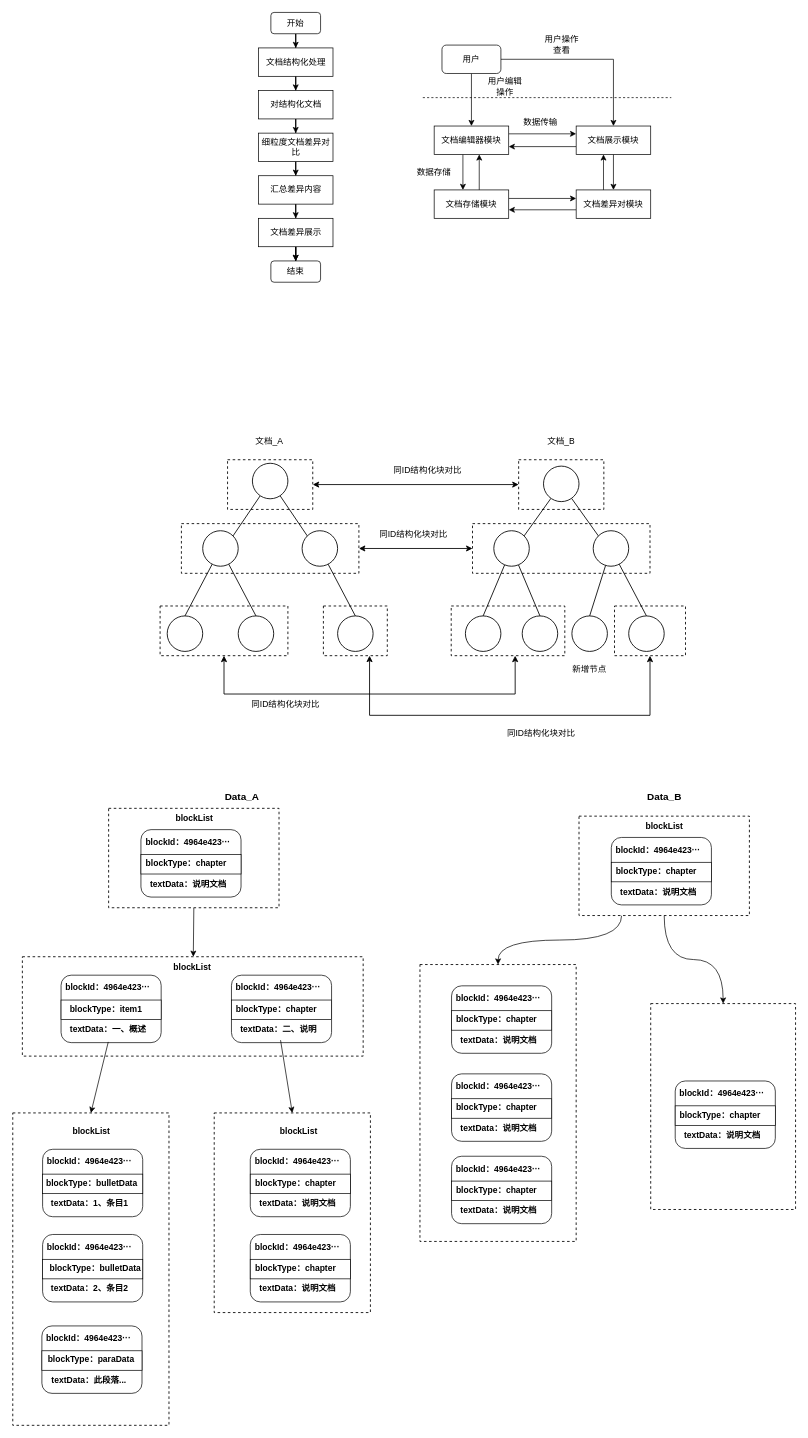
Before: 专利/文档对比专利.drawio in DemonHan/KuickBuy, a draw.io diagram. Source tidied: cells renumbered, new cells numbered last; positions are measured from the earlier drawing's top-left corner, leaving out a move shared by most shapes. Both pictures are drawn from the tidied source at 71%, with x=0, y=0 at pixel (12, 12).
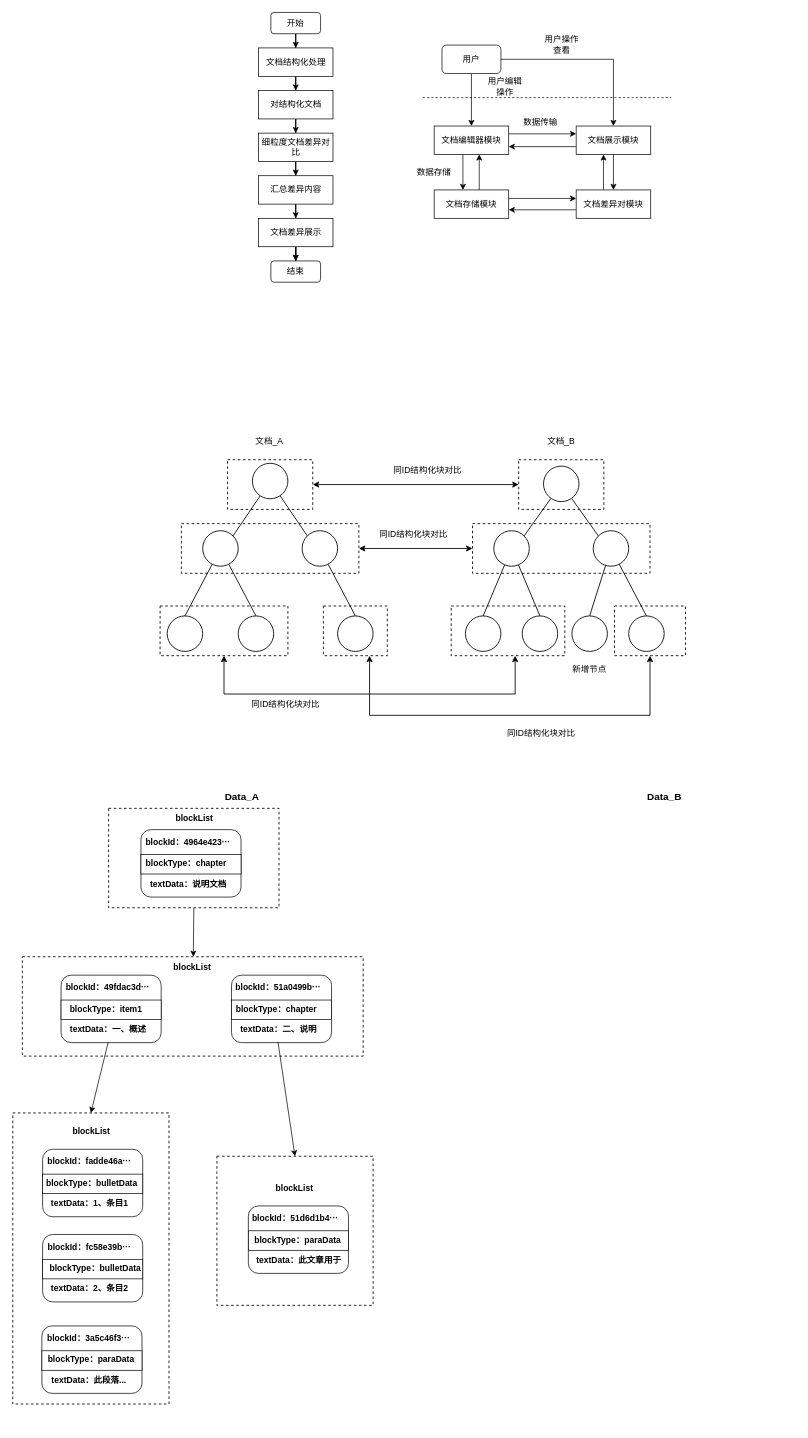
Above is the later version.

Commit message (it also covers changes not shown here):
更新文档对比专利.drawio

Unchanged cells that the change refers to:
```xml
<mxCell id="92" style="group;" parent="1" vertex="1">
  <mxGeometry x="64" y="1356" width="145.5" height="95" as="geometry" />
</mxCell>
<mxCell id="98" style="group;" parent="1" vertex="1">
  <mxGeometry x="38" y="1721.2" width="150" height="95" as="geometry" />
</mxCell>
<mxCell id="104" style="group;" parent="1" vertex="1">
  <mxGeometry x="304" y="1356" width="145.5" height="95" as="geometry" />
</mxCell>
<mxCell id="109" value="textData：二、说明" style="text;html=1;align=center;verticalAlign=middle;whiteSpace=wrap;rounded=0;fontStyle=1;" parent="104" vertex="1">
  <mxGeometry x="11.2" y="61.5" width="120" height="30" as="geometry" />
</mxCell>
<mxCell id="146" style="group;" parent="1" vertex="1">
  <mxGeometry x="38" y="1601.2" width="145.5" height="95" as="geometry" />
</mxCell>
<mxCell id="170" style="group;" parent="1" vertex="1">
  <mxGeometry x="37" y="1850" width="145.5" height="95" as="geometry" />
</mxCell>
```

What changed in the source:
```diff
@@
     <mxCell id="2" style="rounded=0;whiteSpace=wrap;html=1;dashed=1;strokeWidth=1.2;" parent="1" vertex="1">
-      <mxGeometry x="0.5" y="1550" width="220" height="440" as="geometry" />
+      <mxGeometry x="0.5" y="1550" width="220" height="410" as="geometry" />
     </mxCell>
@@
-    <mxCell id="95" value="blockId：4964e423···" style="text;html=1;align=center;verticalAlign=middle;whiteSpace=wrap;rounded=0;fontStyle=1;" parent="92" vertex="1">
+    <mxCell id="95" value="blockId：49fdac3d···" style="text;html=1;align=center;verticalAlign=middle;whiteSpace=wrap;rounded=0;fontStyle=1;" parent="92" vertex="1">
       <mxGeometry y="2.5" width="141" height="30" as="geometry" />
     </mxCell>
@@
-    <mxCell id="101" value="blockId：4964e423···" style="text;html=1;align=center;verticalAlign=middle;whiteSpace=wrap;rounded=0;fontStyle=1;" parent="98" vertex="1">
+    <mxCell id="101" value="blockId：fc58e39b···" style="text;html=1;align=center;verticalAlign=middle;whiteSpace=wrap;rounded=0;fontStyle=1;" parent="98" vertex="1">
       <mxGeometry y="2.5" width="141" height="30" as="geometry" />
     </mxCell>
@@
-    <mxCell id="107" value="blockId：4964e423···" style="text;html=1;align=center;verticalAlign=middle;whiteSpace=wrap;rounded=0;fontStyle=1;" parent="104" vertex="1">
+    <mxCell id="107" value="blockId：51a0499b···" style="text;html=1;align=center;verticalAlign=middle;whiteSpace=wrap;rounded=0;fontStyle=1;" parent="104" vertex="1">
       <mxGeometry y="2.5" width="141" height="30" as="geometry" />
     </mxCell>
@@
-    <mxCell id="110" style="edgeStyle=orthogonalEdgeStyle;rounded=0;jettySize=auto;html=1;curved=1;exitX=0.25;exitY=1;exitDx=0;exitDy=0;" parent="1" edge="1" source="112" target="120">
-      <mxGeometry relative="1" as="geometry" />
-    </mxCell>
-    <mxCell id="111" style="edgeStyle=orthogonalEdgeStyle;rounded=0;jettySize=auto;html=1;entryX=0.5;entryY=0;entryDx=0;entryDy=0;curved=1;" parent="1" edge="1" source="112" target="139">
-      <mxGeometry relative="1" as="geometry" />
-    </mxCell>
-    <mxCell id="112" style="rounded=0;whiteSpace=wrap;html=1;dashed=1;strokeWidth=1.2;" parent="1" vertex="1">
-      <mxGeometry x="798" y="1132" width="240" height="140" as="geometry" />
-    </mxCell>
-    <mxCell id="113" style="group;" parent="1" vertex="1">
-      <mxGeometry x="839" y="1162" width="145.5" height="95" as="geometry" />
-    </mxCell>
-    <mxCell id="114" style="rounded=1;whiteSpace=wrap;html=1;" parent="113" vertex="1">
-      <mxGeometry x="4.5" width="141" height="95" as="geometry" />
-    </mxCell>
-    <mxCell id="115" style="rounded=0;whiteSpace=wrap;html=1;" parent="113" vertex="1">
-      <mxGeometry x="4.5" y="35" width="141" height="27.5" as="geometry" />
-    </mxCell>
-    <mxCell id="116" value="blockId：4964e423···" style="text;html=1;align=center;verticalAlign=middle;whiteSpace=wrap;rounded=0;fontStyle=1;" parent="113" vertex="1">
-      <mxGeometry y="2.5" width="141" height="30" as="geometry" />
-    </mxCell>
-    <mxCell id="117" value="blockType：chapter" style="text;html=1;align=center;verticalAlign=middle;whiteSpace=wrap;rounded=0;fontStyle=1;" parent="113" vertex="1">
-      <mxGeometry x="8.2" y="32.5" width="120" height="30" as="geometry" />
-    </mxCell>
-    <mxCell id="118" value="textData：说明文档" style="text;html=1;align=center;verticalAlign=middle;whiteSpace=wrap;rounded=0;fontStyle=1;" parent="113" vertex="1">
-      <mxGeometry x="11.2" y="61.5" width="120" height="30" as="geometry" />
-    </mxCell>
-    <mxCell id="119" value="blockList" style="text;html=1;align=center;verticalAlign=middle;strokeColor=none;fillColor=none;fontStyle=1;" parent="1" vertex="1">
-      <mxGeometry x="883" y="1131" width="70" height="30" as="geometry" />
-    </mxCell>
-    <mxCell id="120" style="rounded=0;whiteSpace=wrap;html=1;dashed=1;strokeWidth=1.2;" parent="1" vertex="1">
-      <mxGeometry x="574" y="1341" width="220" height="390" as="geometry" />
-    </mxCell>
-    <mxCell id="121" style="group;" parent="1" vertex="1">
-      <mxGeometry x="614" y="1371" width="145.5" height="95" as="geometry" />
-    </mxCell>
-    <mxCell id="122" style="rounded=1;whiteSpace=wrap;html=1;" parent="121" vertex="1">
-      <mxGeometry x="4.5" width="141" height="95" as="geometry" />
-    </mxCell>
-    <mxCell id="123" style="rounded=0;whiteSpace=wrap;html=1;" parent="121" vertex="1">
-      <mxGeometry x="4.5" y="35" width="141" height="27.5" as="geometry" />
-    </mxCell>
-    <mxCell id="124" value="blockId：4964e423···" style="text;html=1;align=center;verticalAlign=middle;whiteSpace=wrap;rounded=0;fontStyle=1;" parent="121" vertex="1">
-      <mxGeometry y="2.5" width="141" height="30" as="geometry" />
-    </mxCell>
-    <mxCell id="125" value="blockType：chapter" style="text;html=1;align=center;verticalAlign=middle;whiteSpace=wrap;rounded=0;fontStyle=1;" parent="121" vertex="1">
-      <mxGeometry x="8.2" y="32.5" width="120" height="30" as="geometry" />
-    </mxCell>
-    <mxCell id="126" value="textData：说明文档" style="text;html=1;align=center;verticalAlign=middle;whiteSpace=wrap;rounded=0;fontStyle=1;" parent="121" vertex="1">
-      <mxGeometry x="11.2" y="61.5" width="120" height="30" as="geometry" />
-    </mxCell>
-    <mxCell id="127" style="group;" parent="1" vertex="1">
-      <mxGeometry x="614" y="1495" width="145.5" height="95" as="geometry" />
-    </mxCell>
-    <mxCell id="128" style="rounded=1;whiteSpace=wrap;html=1;" parent="127" vertex="1">
-      <mxGeometry x="4.5" width="141" height="95" as="geometry" />
-    </mxCell>
-    <mxCell id="129" style="rounded=0;whiteSpace=wrap;html=1;" parent="127" vertex="1">
-      <mxGeometry x="4.5" y="35" width="141" height="27.5" as="geometry" />
-    </mxCell>
-    <mxCell id="130" value="blockId：4964e423···" style="text;html=1;align=center;verticalAlign=middle;whiteSpace=wrap;rounded=0;fontStyle=1;" parent="127" vertex="1">
-      <mxGeometry y="2.5" width="141" height="30" as="geometry" />
-    </mxCell>
-    <mxCell id="131" value="blockType：chapter" style="text;html=1;align=center;verticalAlign=middle;whiteSpace=wrap;rounded=0;fontStyle=1;" parent="127" vertex="1">
-      <mxGeometry x="8.2" y="32.5" width="120" height="30" as="geometry" />
-    </mxCell>
-    <mxCell id="132" value="textData：说明文档" style="text;html=1;align=center;verticalAlign=middle;whiteSpace=wrap;rounded=0;fontStyle=1;" parent="127" vertex="1">
-      <mxGeometry x="11.2" y="61.5" width="120" height="30" as="geometry" />
-    </mxCell>
-    <mxCell id="133" style="group;" parent="1" vertex="1">
-      <mxGeometry x="614" y="1611" width="145.5" height="95" as="geometry" />
-    </mxCell>
-    <mxCell id="134" style="rounded=1;whiteSpace=wrap;html=1;" parent="133" vertex="1">
-      <mxGeometry x="4.5" width="141" height="95" as="geometry" />
-    </mxCell>
-    <mxCell id="135" style="rounded=0;whiteSpace=wrap;html=1;" parent="133" vertex="1">
-      <mxGeometry x="4.5" y="35" width="141" height="27.5" as="geometry" />
-    </mxCell>
-    <mxCell id="136" value="blockId：4964e423···" style="text;html=1;align=center;verticalAlign=middle;whiteSpace=wrap;rounded=0;fontStyle=1;" parent="133" vertex="1">
-      <mxGeometry y="2.5" width="141" height="30" as="geometry" />
-    </mxCell>
-    <mxCell id="137" value="blockType：chapter" style="text;html=1;align=center;verticalAlign=middle;whiteSpace=wrap;rounded=0;fontStyle=1;" parent="133" vertex="1">
-      <mxGeometry x="8.2" y="32.5" width="120" height="30" as="geometry" />
-    </mxCell>
-    <mxCell id="138" value="textData：说明文档" style="text;html=1;align=center;verticalAlign=middle;whiteSpace=wrap;rounded=0;fontStyle=1;" parent="133" vertex="1">
-      <mxGeometry x="11.2" y="61.5" width="120" height="30" as="geometry" />
-    </mxCell>
-    <mxCell id="139" style="rounded=0;whiteSpace=wrap;html=1;dashed=1;strokeWidth=1.2;" parent="1" vertex="1">
-      <mxGeometry x="899" y="1396" width="204" height="290" as="geometry" />
-    </mxCell>
-    <mxCell id="140" style="group;" parent="1" vertex="1">
-      <mxGeometry x="929" y="1505" width="145.5" height="95" as="geometry" />
-    </mxCell>
-    <mxCell id="141" style="rounded=1;whiteSpace=wrap;html=1;" parent="140" vertex="1">
-      <mxGeometry x="4.5" width="141" height="95" as="geometry" />
-    </mxCell>
-    <mxCell id="142" style="rounded=0;whiteSpace=wrap;html=1;" parent="140" vertex="1">
-      <mxGeometry x="4.5" y="35" width="141" height="27.5" as="geometry" />
-    </mxCell>
-    <mxCell id="143" value="blockId：4964e423···" style="text;html=1;align=center;verticalAlign=middle;whiteSpace=wrap;rounded=0;fontStyle=1;" parent="140" vertex="1">
-      <mxGeometry y="2.5" width="141" height="30" as="geometry" />
-    </mxCell>
-    <mxCell id="144" value="blockType：chapter" style="text;html=1;align=center;verticalAlign=middle;whiteSpace=wrap;rounded=0;fontStyle=1;" parent="140" vertex="1">
-      <mxGeometry x="8.2" y="32.5" width="120" height="30" as="geometry" />
-    </mxCell>
-    <mxCell id="145" value="textData：说明文档" style="text;html=1;align=center;verticalAlign=middle;whiteSpace=wrap;rounded=0;fontStyle=1;" parent="140" vertex="1">
-      <mxGeometry x="11.2" y="61.5" width="120" height="30" as="geometry" />
-    </mxCell>
@@
-    <mxCell id="149" value="blockId：4964e423···" style="text;html=1;align=center;verticalAlign=middle;whiteSpace=wrap;rounded=0;fontStyle=1;" parent="146" vertex="1">
+    <mxCell id="149" value="blockId：fadde46a···" style="text;html=1;align=center;verticalAlign=middle;whiteSpace=wrap;rounded=0;fontStyle=1;" parent="146" vertex="1">
       <mxGeometry y="2.5" width="141" height="30" as="geometry" />
     </mxCell>
@@
     <mxCell id="155" style="rounded=0;whiteSpace=wrap;html=1;dashed=1;strokeWidth=1.2;" parent="1" vertex="1">
-      <mxGeometry x="284.2" y="1550" width="220" height="281.2" as="geometry" />
+      <mxGeometry x="288" y="1611" width="220" height="210" as="geometry" />
     </mxCell>
-    <mxCell id="156" style="group;" parent="1" vertex="1">
-      <mxGeometry x="330.5" y="1721.2" width="145.5" height="95" as="geometry" />
-    </mxCell>
-    <mxCell id="157" style="rounded=1;whiteSpace=wrap;html=1;" parent="156" vertex="1">
-      <mxGeometry x="4.5" width="141" height="95" as="geometry" />
-    </mxCell>
-    <mxCell id="158" style="rounded=0;whiteSpace=wrap;html=1;" parent="156" vertex="1">
-      <mxGeometry x="4.5" y="35" width="141" height="27.5" as="geometry" />
-    </mxCell>
-    <mxCell id="159" value="blockId：4964e423···" style="text;html=1;align=center;verticalAlign=middle;whiteSpace=wrap;rounded=0;fontStyle=1;" parent="156" vertex="1">
-      <mxGeometry y="2.5" width="141" height="30" as="geometry" />
-    </mxCell>
-    <mxCell id="160" value="blockType：chapter" style="text;html=1;align=center;verticalAlign=middle;whiteSpace=wrap;rounded=0;fontStyle=1;" parent="156" vertex="1">
-      <mxGeometry x="8.2" y="32.5" width="120" height="30" as="geometry" />
-    </mxCell>
-    <mxCell id="161" value="textData：说明文档" style="text;html=1;align=center;verticalAlign=middle;whiteSpace=wrap;rounded=0;fontStyle=1;" parent="156" vertex="1">
-      <mxGeometry x="11.2" y="61.5" width="120" height="30" as="geometry" />
-    </mxCell>
     <mxCell id="162" style="group;" parent="1" vertex="1">
-      <mxGeometry x="330.5" y="1601.2" width="145.5" height="95" as="geometry" />
+      <mxGeometry x="327.8" y="1681" width="145.5" height="95" as="geometry" />
     </mxCell>
@@
-    <mxCell id="165" value="blockId：4964e423···" style="text;html=1;align=center;verticalAlign=middle;whiteSpace=wrap;rounded=0;fontStyle=1;" parent="162" vertex="1">
+    <mxCell id="165" value="blockId：51d6d1b4···" style="text;html=1;align=center;verticalAlign=middle;whiteSpace=wrap;rounded=0;fontStyle=1;" parent="162" vertex="1">
       <mxGeometry y="2.5" width="141" height="30" as="geometry" />
     </mxCell>
-    <mxCell id="166" value="blockType：chapter" style="text;html=1;align=center;verticalAlign=middle;whiteSpace=wrap;rounded=0;fontStyle=1;" parent="162" vertex="1">
-      <mxGeometry x="8.2" y="32.5" width="120" height="30" as="geometry" />
+    <mxCell id="166" value="blockType：paraData" style="text;html=1;align=center;verticalAlign=middle;whiteSpace=wrap;rounded=0;fontStyle=1;" parent="162" vertex="1">
+      <mxGeometry x="8.2" y="32.5" width="131.8" height="30" as="geometry" />
     </mxCell>
-    <mxCell id="167" value="textData：说明文档" style="text;html=1;align=center;verticalAlign=middle;whiteSpace=wrap;rounded=0;fontStyle=1;" parent="162" vertex="1">
-      <mxGeometry x="11.2" y="61.5" width="120" height="30" as="geometry" />
+    <mxCell id="167" value="textData：此文章用于" style="text;html=1;align=center;verticalAlign=middle;whiteSpace=wrap;rounded=0;fontStyle=1;" parent="162" vertex="1">
+      <mxGeometry x="11.2" y="61.5" width="128.8" height="30" as="geometry" />
     </mxCell>
     <mxCell id="168" value="blockList" style="text;html=1;align=center;verticalAlign=middle;strokeColor=none;fillColor=none;fontStyle=1;" parent="1" vertex="1">
-      <mxGeometry x="368" y="1561.2" width="70" height="30" as="geometry" />
+      <mxGeometry x="361.8" y="1642" width="70" height="30" as="geometry" />
     </mxCell>
-    <mxCell id="169" style="rounded=0;jettySize=auto;html=1;entryX=0.5;entryY=0;entryDx=0;entryDy=0;" parent="1" edge="1" source="109" target="155">
-      <mxGeometry relative="1" as="geometry" />
+    <mxCell id="169" style="rounded=0;jettySize=auto;html=1;entryX=0.5;entryY=0;entryDx=0;entryDy=0;" parent="1" edge="1" target="155">
+      <mxGeometry relative="1" as="geometry">
+        <mxPoint x="374" y="1450" as="sourcePoint" />
+      </mxGeometry>
     </mxCell>
@@
-    <mxCell id="173" value="blockId：4964e423···" style="text;html=1;align=center;verticalAlign=middle;whiteSpace=wrap;rounded=0;fontStyle=1;" parent="170" vertex="1">
+    <mxCell id="173" value="blockId：3a5c46f3···" style="text;html=1;align=center;verticalAlign=middle;whiteSpace=wrap;rounded=0;fontStyle=1;" parent="170" vertex="1">
       <mxGeometry y="2.5" width="141" height="30" as="geometry" />
     </mxCell>
```
